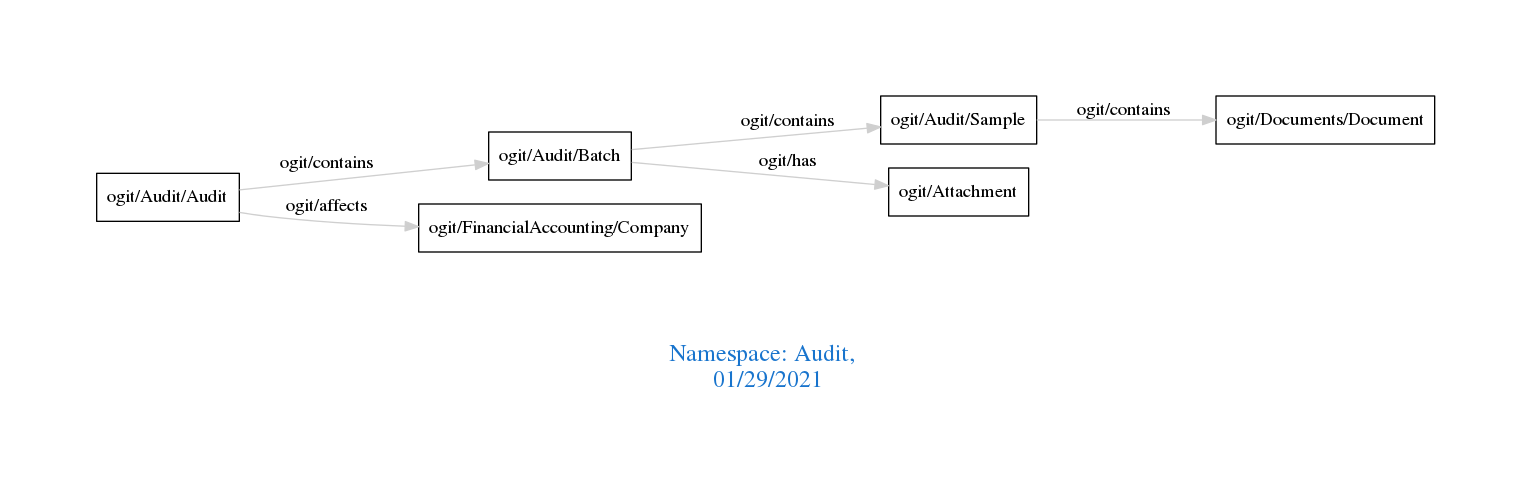
This is downloads/Audit.png from arago/OGIT, a Graphviz export, as it was before one commit. Its source is kept beside it as downloads/Audit.dot.
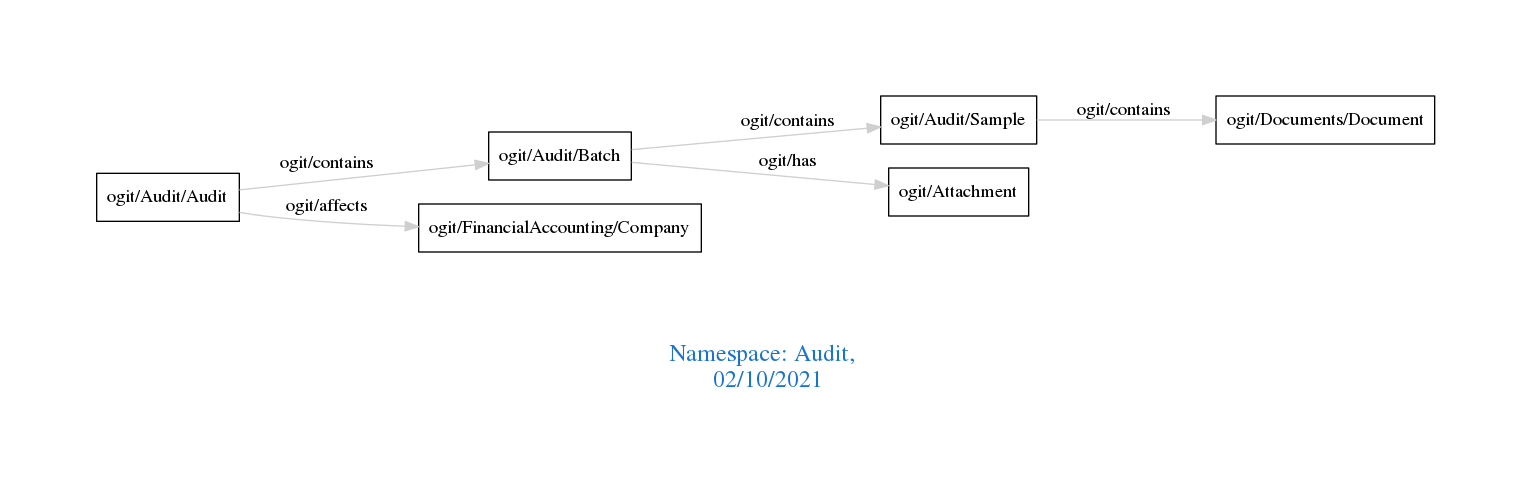
Later version of the same file.

Diff of the diagram source:
```diff
@@ -1,7 +1,7 @@
 digraph OGIT_ontology {
  graph [ rankdir= LR,pad=1
 fontsize = 18,
-fontcolor= dodgerblue3,label = "\n\n\nNamespace: Audit, \n 01/29/2021"];
+fontcolor= dodgerblue3,label = "\n\n\nNamespace: Audit, \n 02/10/2021"];
 node[shape=polygon];
 edge [  color="gray81"];
 
```
